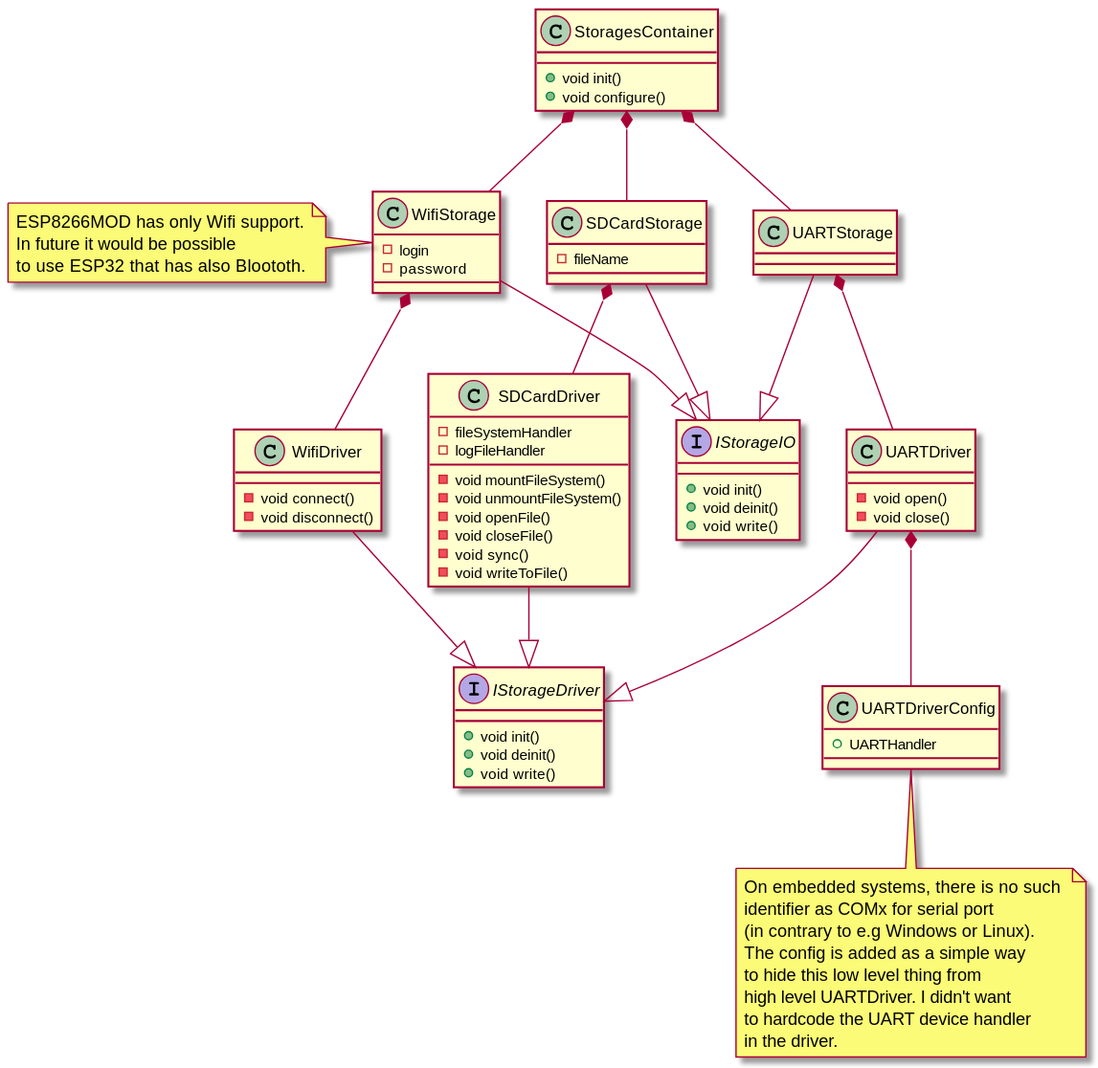
Earlier version of the PlantUML export Documentation/Diagrams/Storage.svg (RobertGawron/HardwareDataLogger). Source of this version:
```plantuml
@startuml

class StoragesContainer {
    +void init()
    +void configure()
}



interface IStorageIO {
    +void init()
    +void deinit()
    +void write()
}

interface IStorageDriver {
    +void init()
    +void deinit()
    +void write()
}

class SDCardStorage {
    -fileName
}

class UARTStorage {
}

note left of WifiStorage
ESP8266MOD has only Wifi support.
In future it would be possible
to use ESP32 that has also Bloototh.
end note

class WifiStorage {
    -login
    -password
}


class SDCardDriver {
    -void mountFileSystem()
    -void unmountFileSystem()
    -void openFile()
    -void closeFile()
    -void sync()
    -void writeToFile()

    - fileSystemHandler
    - logFileHandler
}

class UARTDriver {
    -void open()
    -void close()
}

note bottom of UARTDriverConfig
On embedded systems, there is no such
identifier as COMx for serial port
(in contrary to e.g Windows or Linux).
The config is added as a simple way
to hide this low level thing from
high level UARTDriver. I didn't want
to hardcode the UART device handler
in the driver.
end note
class UARTDriverConfig {
    +UARTHandler
}

class WifiDriver {
    -void connect()
    -void disconnect()
}

StoragesContainer *-- SDCardStorage
StoragesContainer *-- UARTStorage
StoragesContainer *-- WifiStorage

SDCardStorage --|> IStorageIO
WifiStorage --|> IStorageIO
UARTStorage --|> IStorageIO

UARTStorage *-- UARTDriver
SDCardStorage *-- SDCardDriver
WifiStorage *-- WifiDriver

SDCardDriver --|> IStorageDriver
UARTDriver --|> IStorageDriver
WifiDriver --|> IStorageDriver

UARTDriver *-- UARTDriverConfig

@enduml
```
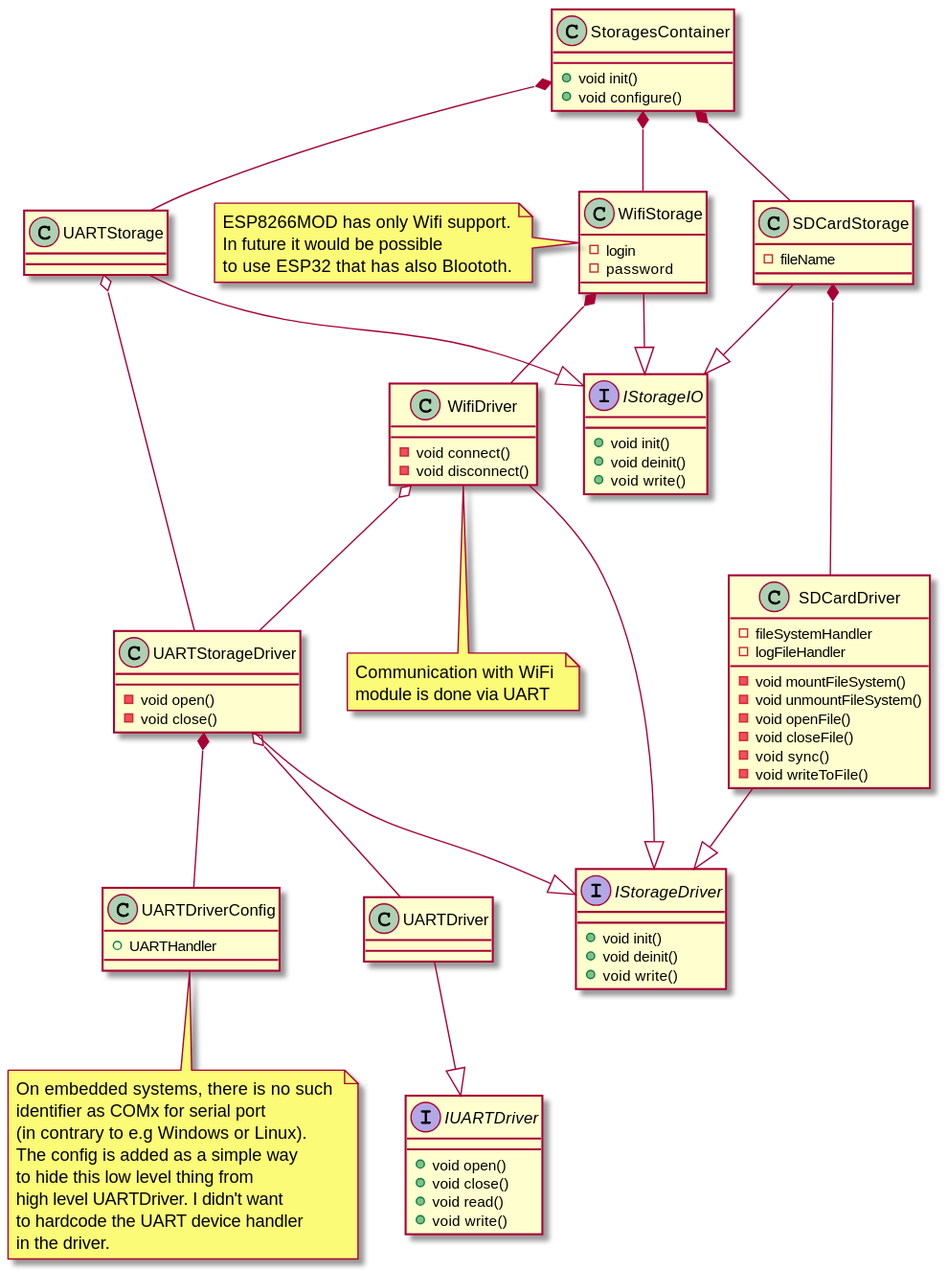
Above is the later version.

Commit message:
rework of state diagram, rework of storage class diagram, add draft of component diagrams

What changed in the source:
```diff
@@ -50,7 +50,7 @@
     - logFileHandler
 }
 
-class UARTDriver {
+class UARTStorageDriver {
     -void open()
     -void close()
 }
@@ -69,27 +69,50 @@
     +UARTHandler
 }
 
+note bottom of WifiDriver
+Communication with WiFi
+module is done via UART
+end note
+
 class WifiDriver {
     -void connect()
     -void disconnect()
 }
 
+class UARTDriver {
+
+}
+
+interface IUARTDriver {
+    +void open()
+    +void close()
+    +void read()
+    +void write()
+}
+
+UARTDriver --|> IUARTDriver
+UARTStorageDriver o-- UARTDriver
+
 StoragesContainer *-- SDCardStorage
 StoragesContainer *-- UARTStorage
 StoragesContainer *-- WifiStorage
 
+
+
+WifiStorage --|> IStorageIO
 SDCardStorage --|> IStorageIO
-WifiStorage --|> IStorageIO
-UARTStorage --|> IStorageIO
+UARTStorage--|> IStorageIO
 
-UARTStorage *-- UARTDriver
+UARTStorage o-- UARTStorageDriver
 SDCardStorage *-- SDCardDriver
 WifiStorage *-- WifiDriver
 
 SDCardDriver --|> IStorageDriver
-UARTDriver --|> IStorageDriver
+UARTStorageDriver --|> IStorageDriver
 WifiDriver --|> IStorageDriver
 
-UARTDriver *-- UARTDriverConfig
+WifiDriver o-- UARTStorageDriver
+
+UARTStorageDriver *-- UARTDriverConfig
 
 @enduml
```
